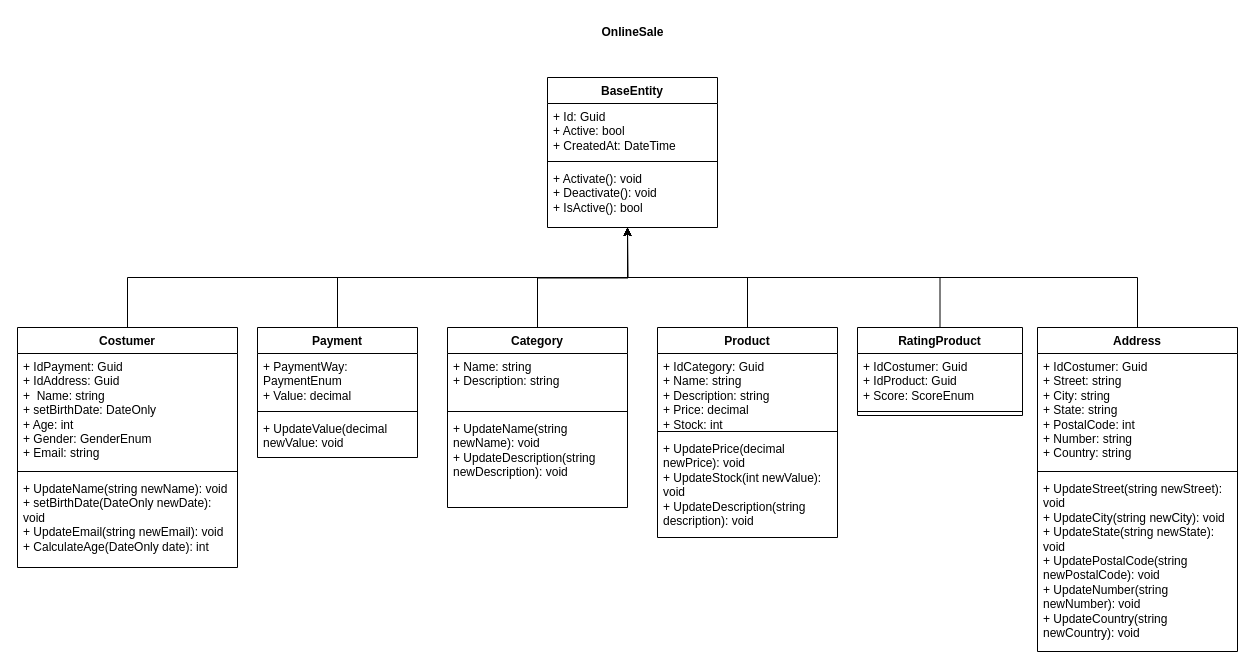
The draw.io diagram Cps/OnlineStore-Cp2/OnlineStore.drawio in Waidemannm/Advanced-Business-Development-NET, before the edit. Source tidied: cells renumbered, new cells numbered last; positions are measured from the earlier drawing's top-left corner, leaving out a move shared by most shapes. Both pictures are drawn from the tidied source at 100%, with x=0, y=0 at pixel (17, 17).
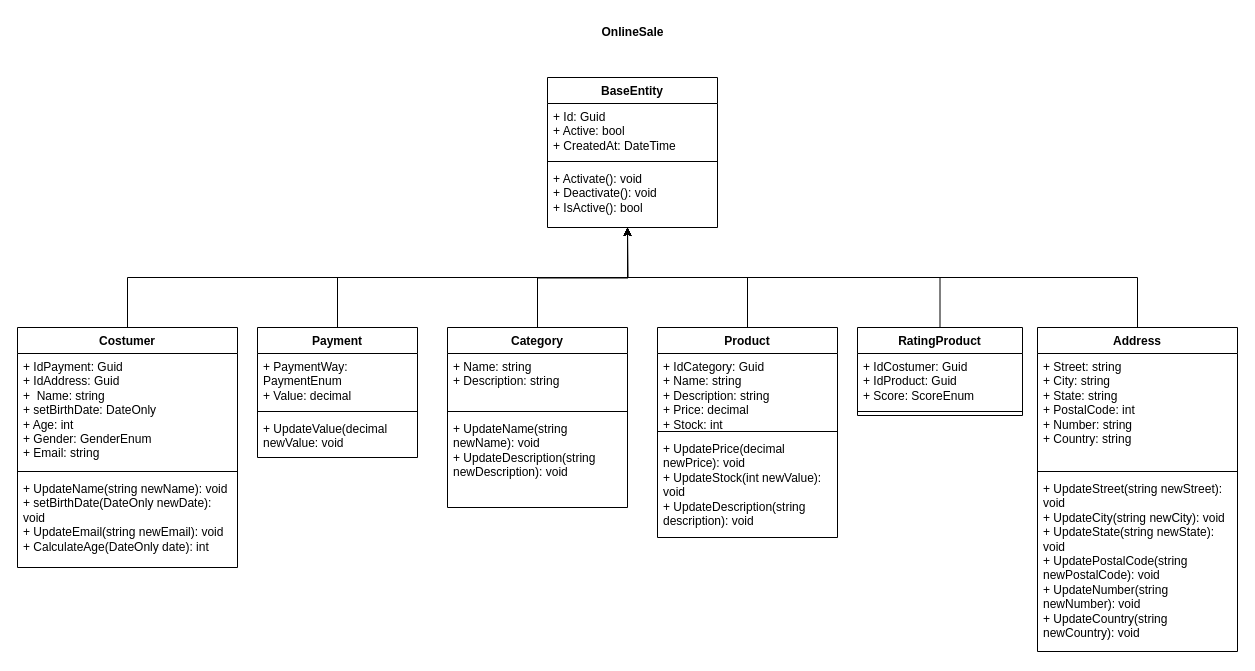
After the change.

Unchanged cells that the change refers to:
```xml
<mxCell id="27" value="Address" style="swimlane;fontStyle=1;align=center;verticalAlign=top;horizontal=1;startSize=26;whiteSpace=wrap;html=1;" parent="1" vertex="1">
  <mxGeometry x="1020" y="310" width="200" height="324" as="geometry" />
</mxCell>
```

Change to the diagram source:
```diff
@@
-    <mxCell id="28" value="&lt;div&gt;+ IdCostumer: Guid&lt;/div&gt;&lt;div&gt;+ Street: string&lt;br&gt;&lt;/div&gt;+&amp;nbsp;City: string&lt;br&gt;&lt;div&gt;+ State: string&lt;/div&gt;&lt;div&gt;+ PostalCode: int&lt;/div&gt;&lt;div&gt;+ Number: string&lt;/div&gt;&lt;div&gt;+ Country: string&lt;/div&gt;&lt;div&gt;&lt;br&gt;&lt;/div&gt;" style="text;strokeColor=none;fillColor=none;align=left;verticalAlign=top;spacingLeft=4;spacingRight=4;overflow=hidden;whiteSpace=wrap;html=1;" parent="27" vertex="1">
+    <mxCell id="28" value="&lt;div&gt;+ Street: string&lt;br&gt;&lt;/div&gt;+&amp;nbsp;City: string&lt;br&gt;&lt;div&gt;+ State: string&lt;/div&gt;&lt;div&gt;+ PostalCode: int&lt;/div&gt;&lt;div&gt;+ Number: string&lt;/div&gt;&lt;div&gt;+ Country: string&lt;/div&gt;&lt;div&gt;&lt;br&gt;&lt;/div&gt;" style="text;strokeColor=none;fillColor=none;align=left;verticalAlign=top;spacingLeft=4;spacingRight=4;overflow=hidden;whiteSpace=wrap;html=1;" parent="27" vertex="1">
       <mxGeometry y="26" width="200" height="114" as="geometry" />
     </mxCell>
```
